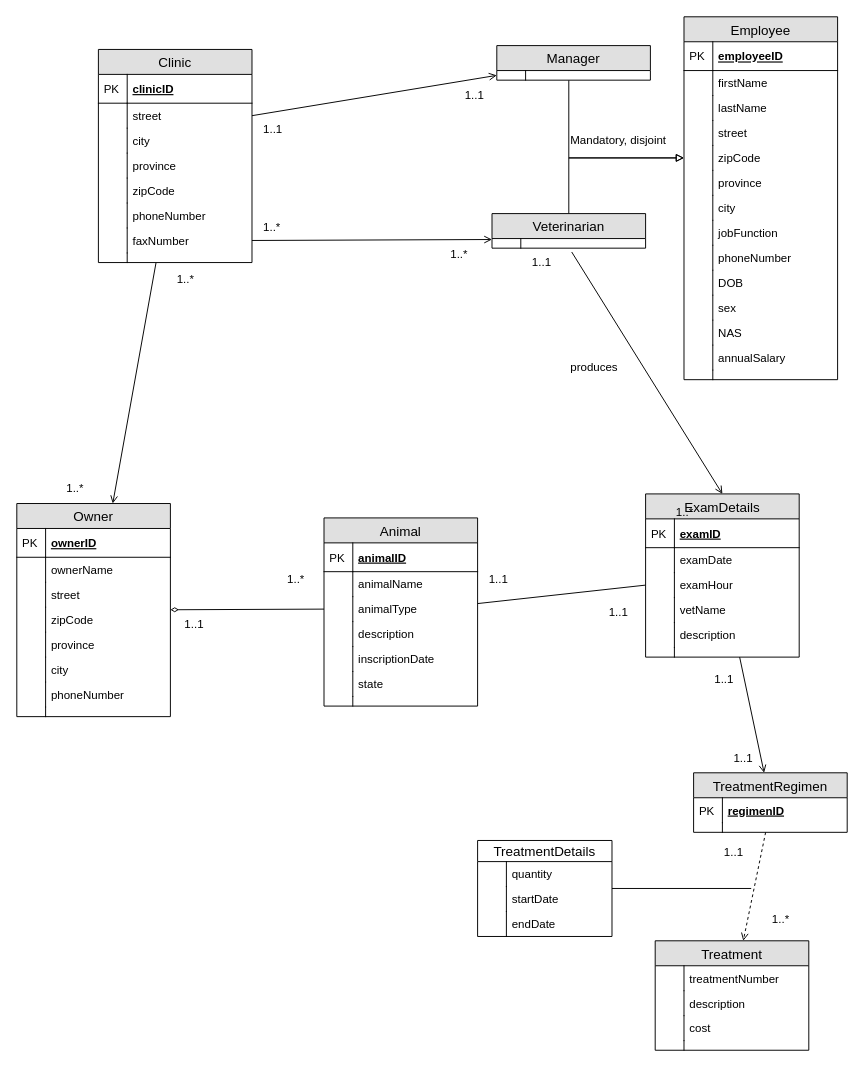
This is tp5/tp5_UML.drawio from gabrielhv/INF3710, a draw.io file, before an edit. Source tidied: cells renumbered, new cells numbered last; positions are measured from the earlier drawing's top-left corner, leaving out a move shared by most shapes. Both pictures are drawn from the tidied source at 96%, with x=0, y=0 at pixel (16, 16).
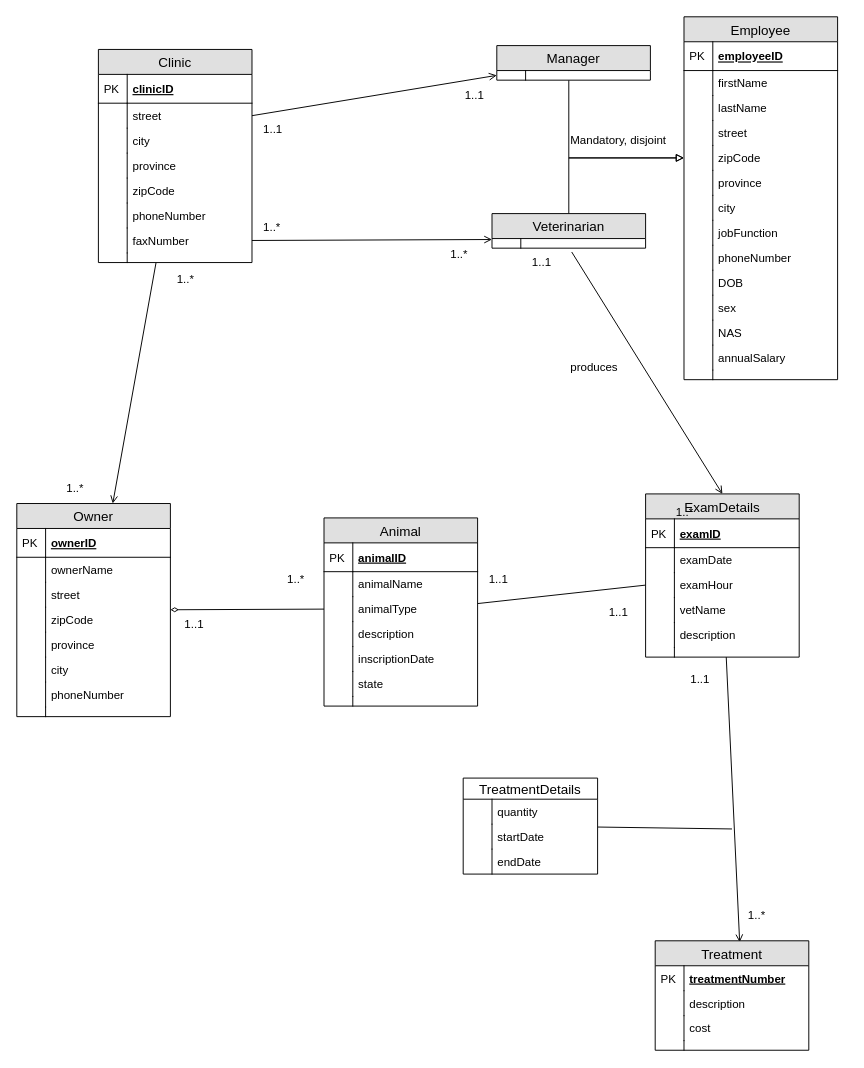
The same page after the edit.

The change refers to these unchanged cells:
```xml
<mxCell id="83" value="ExamDetails" style="swimlane;fontStyle=0;horizontal=1;startSize=26;fillColor=#e0e0e0;swimlaneFillColor=#ffffff;align=center;fontSize=14;" parent="1" vertex="1">
  <mxGeometry x="655" y="497" width="160" height="170" as="geometry" />
</mxCell>
<mxCell id="96" value="Treatment" style="swimlane;fontStyle=0;horizontal=1;startSize=26;fillColor=#e0e0e0;swimlaneFillColor=#ffffff;align=center;fontSize=14;" parent="1" vertex="1">
  <mxGeometry x="665" y="962.5" width="160" height="114" as="geometry" />
</mxCell>
```

Change to the diagram source:
```diff
@@
-    <mxCell id="82" style="edgeStyle=none;rounded=0;jettySize=auto;html=1;endArrow=open;endFill=0;" parent="1" edge="1" source="83" target="105">
+    <mxCell id="82" style="edgeStyle=none;rounded=0;jettySize=auto;html=1;endArrow=open;endFill=0;entryX=0.55;entryY=0.013;entryDx=0;entryDy=0;entryPerimeter=0;" parent="1" edge="1" source="83" target="96">
       <mxGeometry relative="1" as="geometry" />
     </mxCell>
@@
-    <mxCell id="97" value="treatmentNumber" style="shape=partialRectangle;top=0;left=0;right=0;bottom=0;align=left;verticalAlign=top;fillColor=none;spacingLeft=34;spacingRight=4;overflow=hidden;fontSize=12;" parent="96" vertex="1">
+    <mxCell id="97" value="treatmentNumber" style="shape=partialRectangle;top=0;left=0;right=0;bottom=0;align=left;verticalAlign=top;fillColor=none;spacingLeft=34;spacingRight=4;overflow=hidden;fontSize=12;fontStyle=5;" parent="96" vertex="1">
       <mxGeometry y="26" width="160" height="26" as="geometry" />
     </mxCell>
-    <mxCell id="98" style="shape=partialRectangle;top=0;left=0;bottom=0;fillColor=none;align=left;verticalAlign=top;spacingLeft=4;spacingRight=4;overflow=hidden;fontSize=12;" parent="97" vertex="1">
+    <mxCell id="98" value="PK" style="shape=partialRectangle;top=0;left=0;bottom=0;fillColor=none;align=left;verticalAlign=top;spacingLeft=4;spacingRight=4;overflow=hidden;fontSize=12;" parent="97" vertex="1">
       <mxGeometry width="30" height="26" as="geometry" />
     </mxCell>
@@
-    <mxCell id="105" value="TreatmentRegimen" style="swimlane;fontStyle=0;horizontal=1;startSize=26;fillColor=#e0e0e0;swimlaneFillColor=#ffffff;align=center;fontSize=14;" parent="1" vertex="1">
-      <mxGeometry x="705" y="787.5" width="160" height="62" as="geometry" />
-    </mxCell>
-    <mxCell id="106" value="regimenID" style="shape=partialRectangle;top=0;left=0;right=0;bottom=0;align=left;verticalAlign=top;fillColor=none;spacingLeft=34;spacingRight=4;overflow=hidden;fontSize=12;fontStyle=5;" parent="105" vertex="1">
-      <mxGeometry y="26" width="160" height="26" as="geometry" />
-    </mxCell>
-    <mxCell id="107" value="PK" style="shape=partialRectangle;top=0;left=0;bottom=0;fillColor=none;align=left;verticalAlign=top;spacingLeft=4;spacingRight=4;overflow=hidden;fontSize=12;" parent="106" vertex="1">
-      <mxGeometry width="30" height="26" as="geometry" />
-    </mxCell>
-    <mxCell id="108" style="shape=partialRectangle;top=0;left=0;right=0;bottom=0;align=left;verticalAlign=top;fillColor=none;spacingLeft=34;spacingRight=4;overflow=hidden;points=[[0,0.5],[1,0.5]];portConstraint=eastwest;fontSize=12;" parent="105" vertex="1">
-      <mxGeometry y="52" width="160" height="10" as="geometry" />
-    </mxCell>
-    <mxCell id="109" style="shape=partialRectangle;top=0;left=0;bottom=0;fillColor=none;align=left;verticalAlign=top;spacingLeft=4;spacingRight=4;overflow=hidden;fontSize=12;" parent="108" vertex="1">
-      <mxGeometry width="30" height="10" as="geometry" />
-    </mxCell>
@@
     <mxCell id="134" value="1..*" style="text;html=1;align=left;verticalAlign=top;spacingTop=-4;" parent="1" vertex="1">
-      <mxGeometry x="785" y="929.5" width="30" height="20" as="geometry" />
+      <mxGeometry x="760" y="926" width="30" height="20" as="geometry" />
     </mxCell>
-    <mxCell id="135" value="1..1" style="text;html=1;align=left;verticalAlign=top;spacingTop=-4;" parent="1" vertex="1">
-      <mxGeometry x="735" y="860.5" width="40" height="20" as="geometry" />
-    </mxCell>
-    <mxCell id="136" style="rounded=0;jettySize=auto;html=1;endArrow=open;endFill=0;dashed=1;exitX=0.469;exitY=1;exitDx=0;exitDy=0;exitPerimeter=0;" parent="1" edge="1" source="108" target="96">
-      <mxGeometry relative="1" as="geometry" />
-    </mxCell>
     <mxCell id="137" value="1..1" style="text;html=1;align=left;verticalAlign=top;spacingTop=-4;" parent="1" vertex="1">
-      <mxGeometry x="725" y="680" width="40" height="20" as="geometry" />
+      <mxGeometry x="700" y="680" width="40" height="20" as="geometry" />
     </mxCell>
-    <mxCell id="138" value="1..1" style="text;html=1;align=left;verticalAlign=top;spacingTop=-4;" parent="1" vertex="1">
-      <mxGeometry x="745" y="763" width="40" height="20" as="geometry" />
-    </mxCell>
     <mxCell id="139" style="edgeStyle=none;rounded=0;jettySize=auto;html=1;endArrow=none;endFill=0;" parent="1" edge="1" source="140">
       <mxGeometry relative="1" as="geometry">
-        <mxPoint x="765" y="908" as="targetPoint" />
+        <mxPoint x="745" y="846" as="targetPoint" />
       </mxGeometry>
     </mxCell>
     <mxCell id="140" value="TreatmentDetails" style="swimlane;fontStyle=0;horizontal=1;startSize=22;fillColor=none;swimlaneFillColor=#ffffff;align=center;fontSize=14;" parent="1" vertex="1">
-      <mxGeometry x="480" y="858" width="140" height="100" as="geometry" />
+      <mxGeometry x="465" y="793" width="140" height="100" as="geometry" />
     </mxCell>
```
